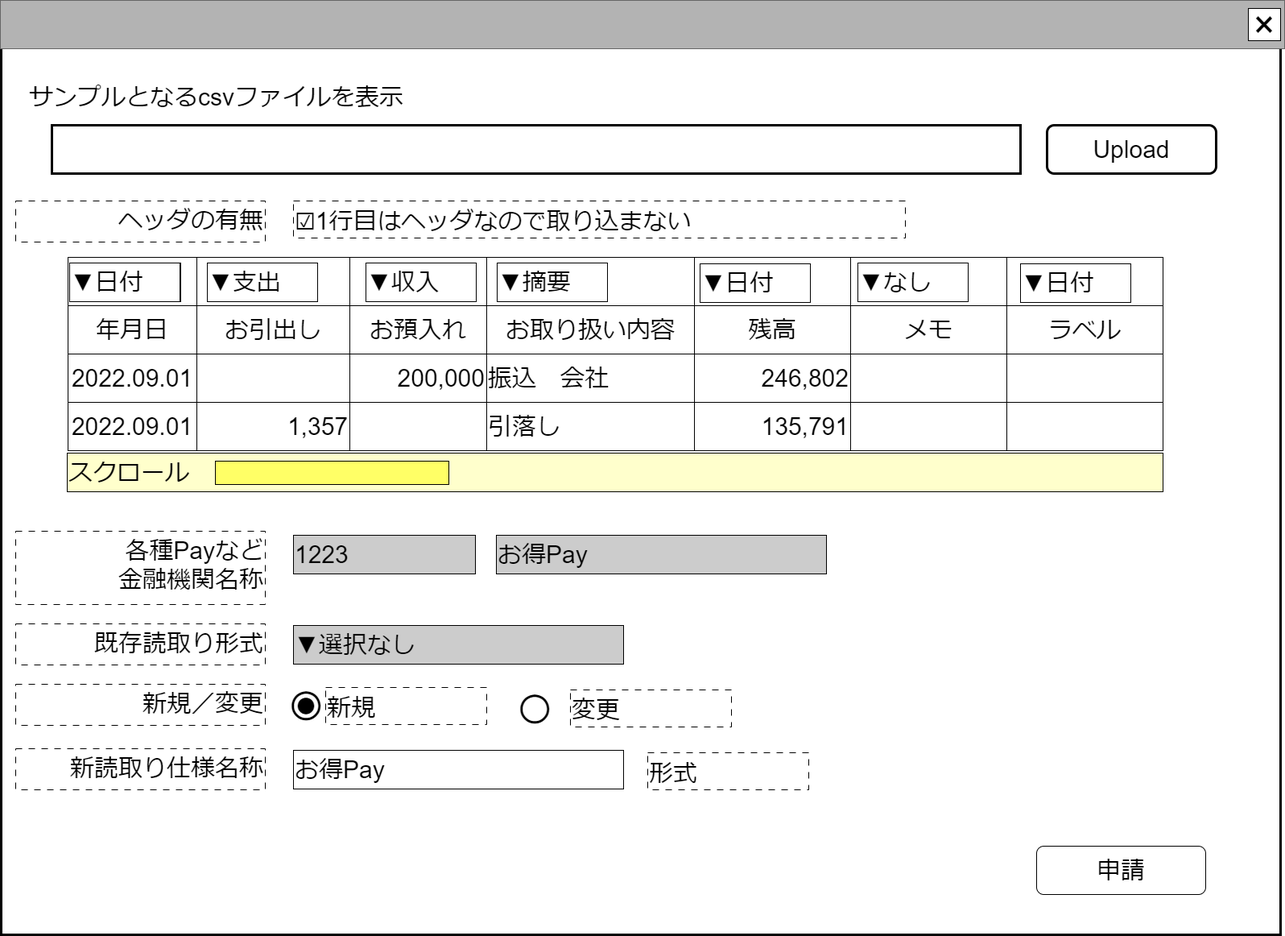
This is docs/common/front/input_institution_csv/image/csv読取り仕様申請入力.drawio.png from chiwa2023/create-politician-balance-report, a draw.io export, as it was before one commit. Source tidied: cells renumbered, new cells last; positions are measured from the earlier drawing's top-left corner, leaving out a move shared by most shapes.
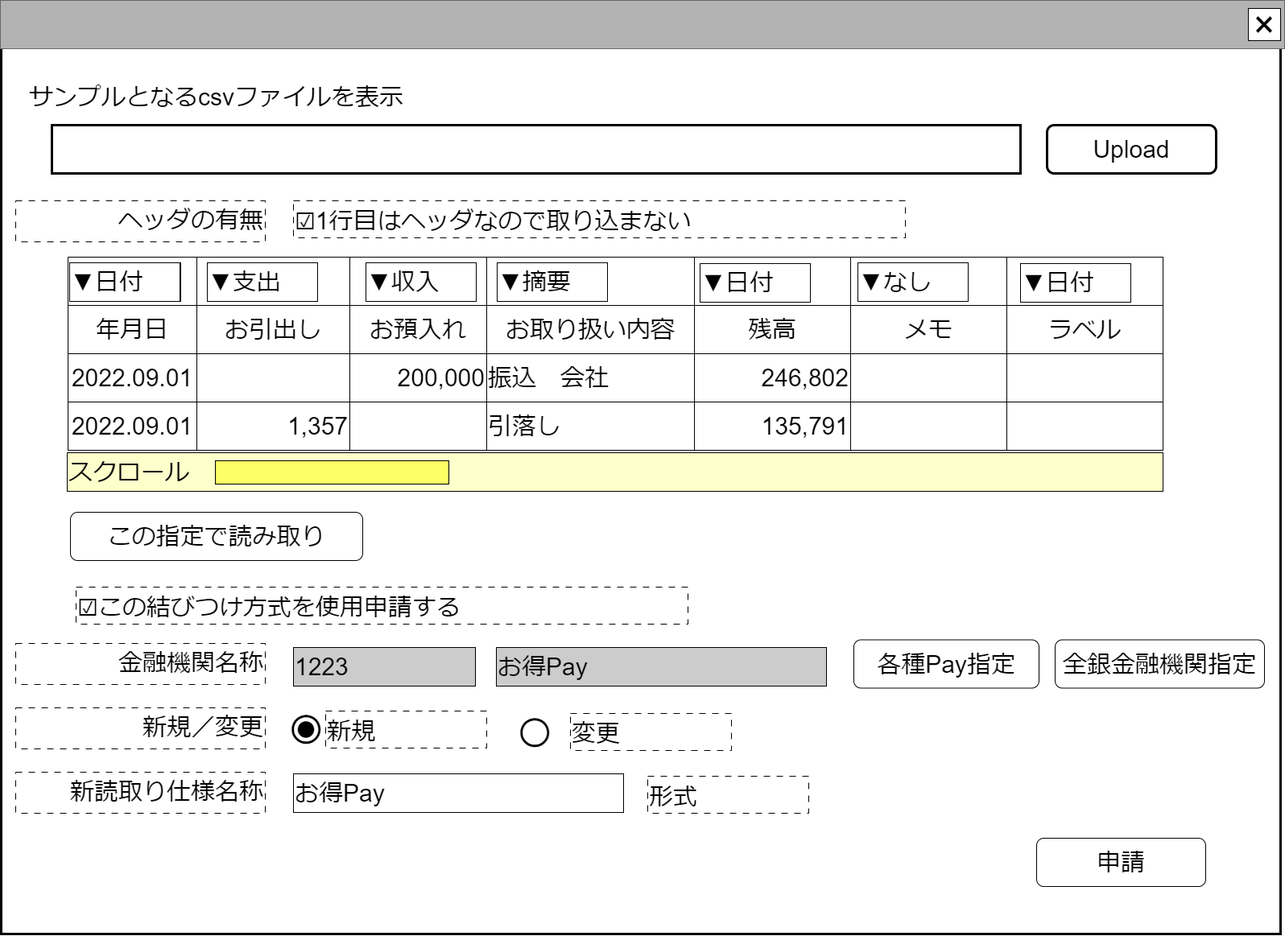
After the commit.

What changed in the source:
```diff
@@ -157,49 +157,55 @@
       <mxGeometry x="364" y="249" width="760" height="46" as="geometry" />
     </mxCell>
     <mxCell id="54" value="&lt;font style=&quot;font-size: 30px;&quot;&gt;お得Pay&lt;/font&gt;" style="rounded=0;whiteSpace=wrap;html=1;align=left;" parent="5" vertex="1">
-      <mxGeometry x="364" y="931" width="410" height="48" as="geometry" />
+      <mxGeometry x="364" y="961" width="410" height="48" as="geometry" />
     </mxCell>
     <mxCell id="55" value="&lt;span style=&quot;font-size: 30px;&quot;&gt;申請&lt;/span&gt;" style="rounded=1;whiteSpace=wrap;html=1;" parent="5" vertex="1">
-      <mxGeometry x="1287" y="1050" width="210" height="60" as="geometry" />
+      <mxGeometry x="1287" y="1041" width="210" height="60" as="geometry" />
     </mxCell>
     <mxCell id="56" value="&lt;span style=&quot;font-size: 30px;&quot;&gt;形式&lt;/span&gt;" style="rounded=0;whiteSpace=wrap;html=1;align=left;dashed=1;dashPattern=8 8;verticalAlign=bottom;" parent="5" vertex="1">
-      <mxGeometry x="804" y="934" width="200" height="46" as="geometry" />
+      <mxGeometry x="804" y="964" width="200" height="46" as="geometry" />
     </mxCell>
     <mxCell id="57" value="&lt;span style=&quot;font-size: 30px;&quot;&gt;新読取り仕様名称&lt;/span&gt;" style="rounded=0;whiteSpace=wrap;html=1;align=right;dashed=1;dashPattern=8 8;verticalAlign=top;" parent="5" vertex="1">
-      <mxGeometry x="19" y="929" width="310" height="51" as="geometry" />
+      <mxGeometry x="19" y="959" width="310" height="51" as="geometry" />
     </mxCell>
     <mxCell id="58" value="&lt;font style=&quot;font-size: 30px;&quot;&gt;1223&lt;/font&gt;" style="rounded=0;whiteSpace=wrap;html=1;align=left;fillColor=#CCCCCC;" parent="5" vertex="1">
-      <mxGeometry x="364" y="664" width="226" height="48" as="geometry" />
+      <mxGeometry x="364" y="804" width="226" height="48" as="geometry" />
     </mxCell>
-    <mxCell id="59" value="&lt;span style=&quot;font-size: 30px;&quot;&gt;各種Payなど&lt;/span&gt;&lt;div&gt;&lt;span style=&quot;font-size: 30px;&quot;&gt;金融機関名称&lt;/span&gt;&lt;/div&gt;" style="rounded=0;whiteSpace=wrap;html=1;align=right;dashed=1;dashPattern=8 8;verticalAlign=top;" parent="5" vertex="1">
-      <mxGeometry x="19" y="659" width="310" height="91" as="geometry" />
+    <mxCell id="59" value="&lt;div&gt;&lt;span style=&quot;font-size: 30px;&quot;&gt;金融機関名称&lt;/span&gt;&lt;/div&gt;" style="rounded=0;whiteSpace=wrap;html=1;align=right;dashed=1;dashPattern=8 8;verticalAlign=top;" parent="5" vertex="1">
+      <mxGeometry x="19" y="799" width="310" height="51" as="geometry" />
     </mxCell>
     <mxCell id="60" value="&lt;font style=&quot;font-size: 30px;&quot;&gt;お得Pay&lt;/font&gt;" style="rounded=0;whiteSpace=wrap;html=1;align=left;fillColor=#CCCCCC;" parent="5" vertex="1">
-      <mxGeometry x="616" y="664" width="410" height="48" as="geometry" />
+      <mxGeometry x="616" y="804" width="410" height="48" as="geometry" />
     </mxCell>
-    <mxCell id="61" value="&lt;font style=&quot;font-size: 30px;&quot;&gt;▼選択なし&lt;/font&gt;" style="rounded=0;whiteSpace=wrap;html=1;align=left;fillColor=#CCCCCC;" parent="5" vertex="1">
-      <mxGeometry x="364" y="776" width="410" height="48" as="geometry" />
-    </mxCell>
-    <mxCell id="62" value="&lt;span style=&quot;font-size: 30px;&quot;&gt;既存読取り形式&lt;/span&gt;" style="rounded=0;whiteSpace=wrap;html=1;align=right;dashed=1;dashPattern=8 8;verticalAlign=top;" parent="5" vertex="1">
-      <mxGeometry x="19" y="774" width="310" height="51" as="geometry" />
-    </mxCell>
     <mxCell id="63" value="&lt;span style=&quot;font-size: 30px;&quot;&gt;新規／変更&lt;/span&gt;" style="rounded=0;whiteSpace=wrap;html=1;align=right;dashed=1;dashPattern=8 8;verticalAlign=top;" parent="5" vertex="1">
-      <mxGeometry x="19" y="849" width="310" height="51" as="geometry" />
+      <mxGeometry x="19" y="879" width="310" height="51" as="geometry" />
     </mxCell>
     <mxCell id="64" value="&lt;font style=&quot;font-size: 84px;&quot;&gt;○&lt;/font&gt;" style="text;html=1;strokeColor=none;fillColor=none;align=center;verticalAlign=middle;whiteSpace=wrap;rounded=0;fontSize=60;" parent="5" vertex="1">
-      <mxGeometry x="350" y="856" width="60" height="30" as="geometry" />
+      <mxGeometry x="350" y="886" width="60" height="30" as="geometry" />
     </mxCell>
     <mxCell id="65" value="&lt;font style=&quot;font-size: 48px;&quot;&gt;●&lt;/font&gt;" style="text;html=1;strokeColor=none;fillColor=none;align=center;verticalAlign=middle;whiteSpace=wrap;rounded=0;fontSize=48;" parent="5" vertex="1">
-      <mxGeometry x="350" y="858" width="60" height="30" as="geometry" />
+      <mxGeometry x="350" y="888" width="60" height="30" as="geometry" />
     </mxCell>
     <mxCell id="66" value="&lt;font style=&quot;font-size: 84px;&quot;&gt;○&lt;/font&gt;" style="text;html=1;strokeColor=none;fillColor=none;align=center;verticalAlign=middle;whiteSpace=wrap;rounded=0;fontSize=60;" parent="5" vertex="1">
-      <mxGeometry x="634" y="860" width="60" height="30" as="geometry" />
+      <mxGeometry x="634" y="890" width="60" height="30" as="geometry" />
     </mxCell>
     <mxCell id="67" value="&lt;span style=&quot;font-size: 30px;&quot;&gt;新規&lt;/span&gt;" style="rounded=0;whiteSpace=wrap;html=1;align=left;dashed=1;dashPattern=8 8;verticalAlign=bottom;" parent="5" vertex="1">
-      <mxGeometry x="404" y="853" width="200" height="46" as="geometry" />
+      <mxGeometry x="404" y="883" width="200" height="46" as="geometry" />
     </mxCell>
     <mxCell id="68" value="&lt;span style=&quot;font-size: 30px;&quot;&gt;変更&lt;/span&gt;" style="rounded=0;whiteSpace=wrap;html=1;align=left;dashed=1;dashPattern=8 8;verticalAlign=bottom;" parent="5" vertex="1">
-      <mxGeometry x="708" y="856" width="200" height="46" as="geometry" />
+      <mxGeometry x="708" y="886" width="200" height="46" as="geometry" />
     </mxCell>
+    <mxCell id="69" value="&lt;span style=&quot;font-size: 30px;&quot;&gt;この指定で読み取り&lt;/span&gt;" style="rounded=1;whiteSpace=wrap;html=1;" parent="5" vertex="1">
+      <mxGeometry x="87" y="636" width="363" height="60" as="geometry" />
+    </mxCell>
+    <mxCell id="70" value="&lt;span style=&quot;font-size: 30px;&quot;&gt;☑この結びつけ方式を使用申請する&lt;/span&gt;" style="rounded=0;whiteSpace=wrap;html=1;align=left;dashed=1;dashPattern=8 8;verticalAlign=bottom;" parent="5" vertex="1">
+      <mxGeometry x="94" y="729" width="760" height="46" as="geometry" />
+    </mxCell>
+    <mxCell id="71" value="&lt;span style=&quot;font-size: 30px;&quot;&gt;各種Pay指定&lt;/span&gt;" style="rounded=1;whiteSpace=wrap;html=1;" parent="5" vertex="1">
+      <mxGeometry x="1060" y="794.5" width="230" height="60" as="geometry" />
+    </mxCell>
+    <mxCell id="72" value="&lt;span style=&quot;font-size: 30px;&quot;&gt;全銀金融機関指定&lt;/span&gt;" style="rounded=1;whiteSpace=wrap;html=1;" parent="5" vertex="1">
+      <mxGeometry x="1310" y="794.5" width="260" height="60" as="geometry" />
+    </mxCell>
   </root>
 </mxGraphModel>
```
